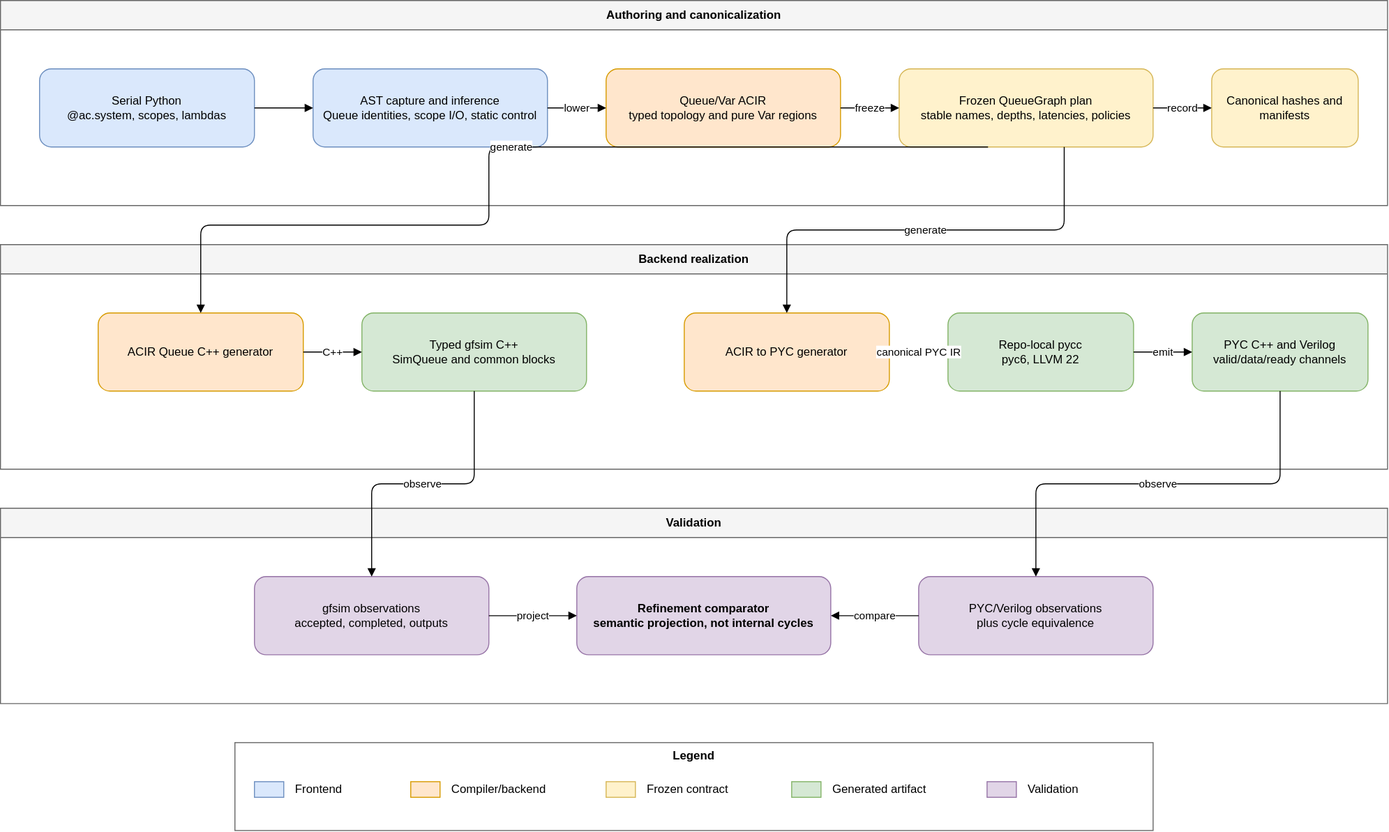
Earlier version of the draw.io export docs/acir/spec/images/agentic-circuit-pipeline.svg (PTO-ISA/pyCircuit). Source tidied: cells renumbered, new cells last; positions are measured from the earlier drawing's top-left corner, leaving out a move shared by most shapes. The source it was exported from:
```xml
<mxGraphModel>
  <root>
    <mxCell id="0" />
    <mxCell id="1" parent="0" />
    <mxCell id="2" value="Authoring and canonicalization" style="swimlane;startSize=30;horizontal=1;rounded=0;whiteSpace=wrap;html=1;fillColor=#f5f5f5;strokeColor=#666666;fontStyle=1;" parent="1" vertex="1">
      <mxGeometry width="1420" height="210" as="geometry" />
    </mxCell>
    <mxCell id="3" value="Serial Python&#10;@ac.system, scopes, lambdas" style="rounded=1;whiteSpace=wrap;html=1;fillColor=#dae8fc;strokeColor=#6c8ebf;" parent="2" vertex="1">
      <mxGeometry x="40" y="70" width="220" height="80" as="geometry" />
    </mxCell>
    <mxCell id="4" value="AST capture and inference&#10;Queue identities, scope I/O, static control" style="rounded=1;whiteSpace=wrap;html=1;fillColor=#dae8fc;strokeColor=#6c8ebf;" parent="2" vertex="1">
      <mxGeometry x="320" y="70" width="240" height="80" as="geometry" />
    </mxCell>
    <mxCell id="5" value="Queue/Var ACIR&#10;typed topology and pure Var regions" style="rounded=1;whiteSpace=wrap;html=1;fillColor=#ffe6cc;strokeColor=#d79b00;" parent="2" vertex="1">
      <mxGeometry x="620" y="70" width="240" height="80" as="geometry" />
    </mxCell>
    <mxCell id="6" value="Frozen QueueGraph plan&#10;stable names, depths, latencies, policies" style="rounded=1;whiteSpace=wrap;html=1;fillColor=#fff2cc;strokeColor=#d6b656;" parent="2" vertex="1">
      <mxGeometry x="920" y="70" width="260" height="80" as="geometry" />
    </mxCell>
    <mxCell id="7" value="Canonical hashes and manifests" style="rounded=1;whiteSpace=wrap;html=1;fillColor=#fff2cc;strokeColor=#d6b656;" parent="2" vertex="1">
      <mxGeometry x="1240" y="70" width="150" height="80" as="geometry" />
    </mxCell>
    <mxCell id="8" value="Backend realization" style="swimlane;startSize=30;horizontal=1;rounded=0;whiteSpace=wrap;html=1;fillColor=#f5f5f5;strokeColor=#666666;fontStyle=1;" parent="1" vertex="1">
      <mxGeometry y="250" width="1420" height="230" as="geometry" />
    </mxCell>
    <mxCell id="9" value="ACIR Queue C++ generator" style="rounded=1;whiteSpace=wrap;html=1;fillColor=#ffe6cc;strokeColor=#d79b00;" parent="8" vertex="1">
      <mxGeometry x="100" y="70" width="210" height="80" as="geometry" />
    </mxCell>
    <mxCell id="10" value="Typed gfsim C++&#10;SimQueue&lt;T&gt; and common blocks" style="rounded=1;whiteSpace=wrap;html=1;fillColor=#d5e8d4;strokeColor=#82b366;" parent="8" vertex="1">
      <mxGeometry x="370" y="70" width="230" height="80" as="geometry" />
    </mxCell>
    <mxCell id="11" value="ACIR to PYC generator" style="rounded=1;whiteSpace=wrap;html=1;fillColor=#ffe6cc;strokeColor=#d79b00;" parent="8" vertex="1">
      <mxGeometry x="700" y="70" width="210" height="80" as="geometry" />
    </mxCell>
    <mxCell id="12" value="Repo-local pycc&#10;pyc6, LLVM 22" style="rounded=1;whiteSpace=wrap;html=1;fillColor=#d5e8d4;strokeColor=#82b366;" parent="8" vertex="1">
      <mxGeometry x="970" y="70" width="190" height="80" as="geometry" />
    </mxCell>
    <mxCell id="13" value="PYC C++ and Verilog&#10;valid/data/ready channels" style="rounded=1;whiteSpace=wrap;html=1;fillColor=#d5e8d4;strokeColor=#82b366;" parent="8" vertex="1">
      <mxGeometry x="1220" y="70" width="180" height="80" as="geometry" />
    </mxCell>
    <mxCell id="14" value="Validation" style="swimlane;startSize=30;horizontal=1;rounded=0;whiteSpace=wrap;html=1;fillColor=#f5f5f5;strokeColor=#666666;fontStyle=1;" parent="1" vertex="1">
      <mxGeometry y="520" width="1420" height="200" as="geometry" />
    </mxCell>
    <mxCell id="15" value="gfsim observations&#10;accepted, completed, outputs" style="rounded=1;whiteSpace=wrap;html=1;fillColor=#e1d5e7;strokeColor=#9673a6;" parent="14" vertex="1">
      <mxGeometry x="260" y="70" width="240" height="80" as="geometry" />
    </mxCell>
    <mxCell id="16" value="Refinement comparator&#10;semantic projection, not internal cycles" style="rounded=1;whiteSpace=wrap;html=1;fillColor=#e1d5e7;strokeColor=#9673a6;fontStyle=1;" parent="14" vertex="1">
      <mxGeometry x="590" y="70" width="260" height="80" as="geometry" />
    </mxCell>
    <mxCell id="17" value="PYC/Verilog observations&#10;plus cycle equivalence" style="rounded=1;whiteSpace=wrap;html=1;fillColor=#e1d5e7;strokeColor=#9673a6;" parent="14" vertex="1">
      <mxGeometry x="940" y="70" width="240" height="80" as="geometry" />
    </mxCell>
    <mxCell id="18" style="edgeStyle=orthogonalEdgeStyle;rounded=1;jettySize=auto;html=1;endArrow=block;endFill=1;exitX=1;exitY=0.5;entryX=0;entryY=0.5;" parent="1" edge="1" source="3" target="4">
      <mxGeometry relative="1" as="geometry" />
    </mxCell>
    <mxCell id="19" value="lower" style="edgeStyle=orthogonalEdgeStyle;rounded=1;jettySize=auto;html=1;endArrow=block;endFill=1;labelBackgroundColor=#ffffff;exitX=1;exitY=0.5;entryX=0;entryY=0.5;" parent="1" edge="1" source="4" target="5">
      <mxGeometry relative="1" as="geometry" />
    </mxCell>
    <mxCell id="20" value="freeze" style="edgeStyle=orthogonalEdgeStyle;rounded=1;jettySize=auto;html=1;endArrow=block;endFill=1;labelBackgroundColor=#ffffff;exitX=1;exitY=0.5;entryX=0;entryY=0.5;" parent="1" edge="1" source="5" target="6">
      <mxGeometry relative="1" as="geometry" />
    </mxCell>
    <mxCell id="21" value="record" style="edgeStyle=orthogonalEdgeStyle;rounded=1;jettySize=auto;html=1;endArrow=block;endFill=1;labelBackgroundColor=#ffffff;exitX=1;exitY=0.5;entryX=0;entryY=0.5;" parent="1" edge="1" source="6" target="7">
      <mxGeometry relative="1" as="geometry" />
    </mxCell>
    <mxCell id="22" value="generate" style="edgeStyle=orthogonalEdgeStyle;rounded=1;jettySize=auto;html=1;endArrow=block;endFill=1;labelBackgroundColor=#ffffff;exitX=0.35;exitY=1;entryX=0.5;entryY=0;" parent="1" edge="1" source="6" target="9">
      <mxGeometry relative="1" as="geometry">
        <Array as="points">
          <mxPoint x="500" y="230" />
          <mxPoint x="205" y="230" />
        </Array>
      </mxGeometry>
    </mxCell>
    <mxCell id="23" value="generate" style="edgeStyle=orthogonalEdgeStyle;rounded=1;jettySize=auto;html=1;endArrow=block;endFill=1;labelBackgroundColor=#ffffff;exitX=0.65;exitY=1;entryX=0.5;entryY=0;" parent="1" edge="1" source="6" target="11">
      <mxGeometry relative="1" as="geometry" />
    </mxCell>
    <mxCell id="24" value="C++" style="edgeStyle=orthogonalEdgeStyle;rounded=1;jettySize=auto;html=1;endArrow=block;endFill=1;labelBackgroundColor=#ffffff;exitX=1;exitY=0.5;entryX=0;entryY=0.5;" parent="1" edge="1" source="9" target="10">
      <mxGeometry relative="1" as="geometry" />
    </mxCell>
    <mxCell id="25" value="canonical PYC IR" style="edgeStyle=orthogonalEdgeStyle;rounded=1;jettySize=auto;html=1;endArrow=block;endFill=1;labelBackgroundColor=#ffffff;exitX=1;exitY=0.5;entryX=0;entryY=0.5;" parent="1" edge="1" source="11" target="12">
      <mxGeometry relative="1" as="geometry" />
    </mxCell>
    <mxCell id="26" value="emit" style="edgeStyle=orthogonalEdgeStyle;rounded=1;jettySize=auto;html=1;endArrow=block;endFill=1;labelBackgroundColor=#ffffff;exitX=1;exitY=0.5;entryX=0;entryY=0.5;" parent="1" edge="1" source="12" target="13">
      <mxGeometry relative="1" as="geometry" />
    </mxCell>
    <mxCell id="27" value="observe" style="edgeStyle=orthogonalEdgeStyle;rounded=1;jettySize=auto;html=1;endArrow=block;endFill=1;labelBackgroundColor=#ffffff;exitX=0.5;exitY=1;entryX=0.5;entryY=0;" parent="1" edge="1" source="10" target="15">
      <mxGeometry relative="1" as="geometry" />
    </mxCell>
    <mxCell id="28" value="observe" style="edgeStyle=orthogonalEdgeStyle;rounded=1;jettySize=auto;html=1;endArrow=block;endFill=1;labelBackgroundColor=#ffffff;exitX=0.5;exitY=1;entryX=0.5;entryY=0;" parent="1" edge="1" source="13" target="17">
      <mxGeometry relative="1" as="geometry" />
    </mxCell>
    <mxCell id="29" value="project" style="edgeStyle=orthogonalEdgeStyle;rounded=1;jettySize=auto;html=1;endArrow=block;endFill=1;labelBackgroundColor=#ffffff;exitX=1;exitY=0.5;entryX=0;entryY=0.5;" parent="1" edge="1" source="15" target="16">
      <mxGeometry relative="1" as="geometry" />
    </mxCell>
    <mxCell id="30" value="compare" style="edgeStyle=orthogonalEdgeStyle;rounded=1;jettySize=auto;html=1;endArrow=block;endFill=1;labelBackgroundColor=#ffffff;exitX=0;exitY=0.5;entryX=1;entryY=0.5;" parent="1" edge="1" source="17" target="16">
      <mxGeometry relative="1" as="geometry" />
    </mxCell>
    <mxCell id="31" value="Legend" style="rounded=0;whiteSpace=wrap;html=1;fillColor=none;strokeColor=#666666;verticalAlign=top;fontStyle=1;" parent="1" vertex="1">
      <mxGeometry x="240" y="760" width="940" height="90" as="geometry" />
    </mxCell>
    <mxCell id="32" style="rounded=0;html=1;fillColor=#dae8fc;strokeColor=#6c8ebf;" parent="31" vertex="1">
      <mxGeometry x="20" y="40" width="30" height="16" as="geometry" />
    </mxCell>
    <mxCell id="33" value="Frontend" style="text;html=1;align=left;verticalAlign=middle;" parent="31" vertex="1">
      <mxGeometry x="60" y="36" width="100" height="24" as="geometry" />
    </mxCell>
    <mxCell id="34" style="rounded=0;html=1;fillColor=#ffe6cc;strokeColor=#d79b00;" parent="31" vertex="1">
      <mxGeometry x="180" y="40" width="30" height="16" as="geometry" />
    </mxCell>
    <mxCell id="35" value="Compiler/backend" style="text;html=1;align=left;verticalAlign=middle;" parent="31" vertex="1">
      <mxGeometry x="220" y="36" width="130" height="24" as="geometry" />
    </mxCell>
    <mxCell id="36" style="rounded=0;html=1;fillColor=#fff2cc;strokeColor=#d6b656;" parent="31" vertex="1">
      <mxGeometry x="380" y="40" width="30" height="16" as="geometry" />
    </mxCell>
    <mxCell id="37" value="Frozen contract" style="text;html=1;align=left;verticalAlign=middle;" parent="31" vertex="1">
      <mxGeometry x="420" y="36" width="120" height="24" as="geometry" />
    </mxCell>
    <mxCell id="38" style="rounded=0;html=1;fillColor=#d5e8d4;strokeColor=#82b366;" parent="31" vertex="1">
      <mxGeometry x="570" y="40" width="30" height="16" as="geometry" />
    </mxCell>
    <mxCell id="39" value="Generated artifact" style="text;html=1;align=left;verticalAlign=middle;" parent="31" vertex="1">
      <mxGeometry x="610" y="36" width="130" height="24" as="geometry" />
    </mxCell>
    <mxCell id="40" style="rounded=0;html=1;fillColor=#e1d5e7;strokeColor=#9673a6;" parent="31" vertex="1">
      <mxGeometry x="770" y="40" width="30" height="16" as="geometry" />
    </mxCell>
    <mxCell id="41" value="Validation" style="text;html=1;align=left;verticalAlign=middle;" parent="31" vertex="1">
      <mxGeometry x="810" y="36" width="100" height="24" as="geometry" />
    </mxCell>
  </root>
</mxGraphModel>
```
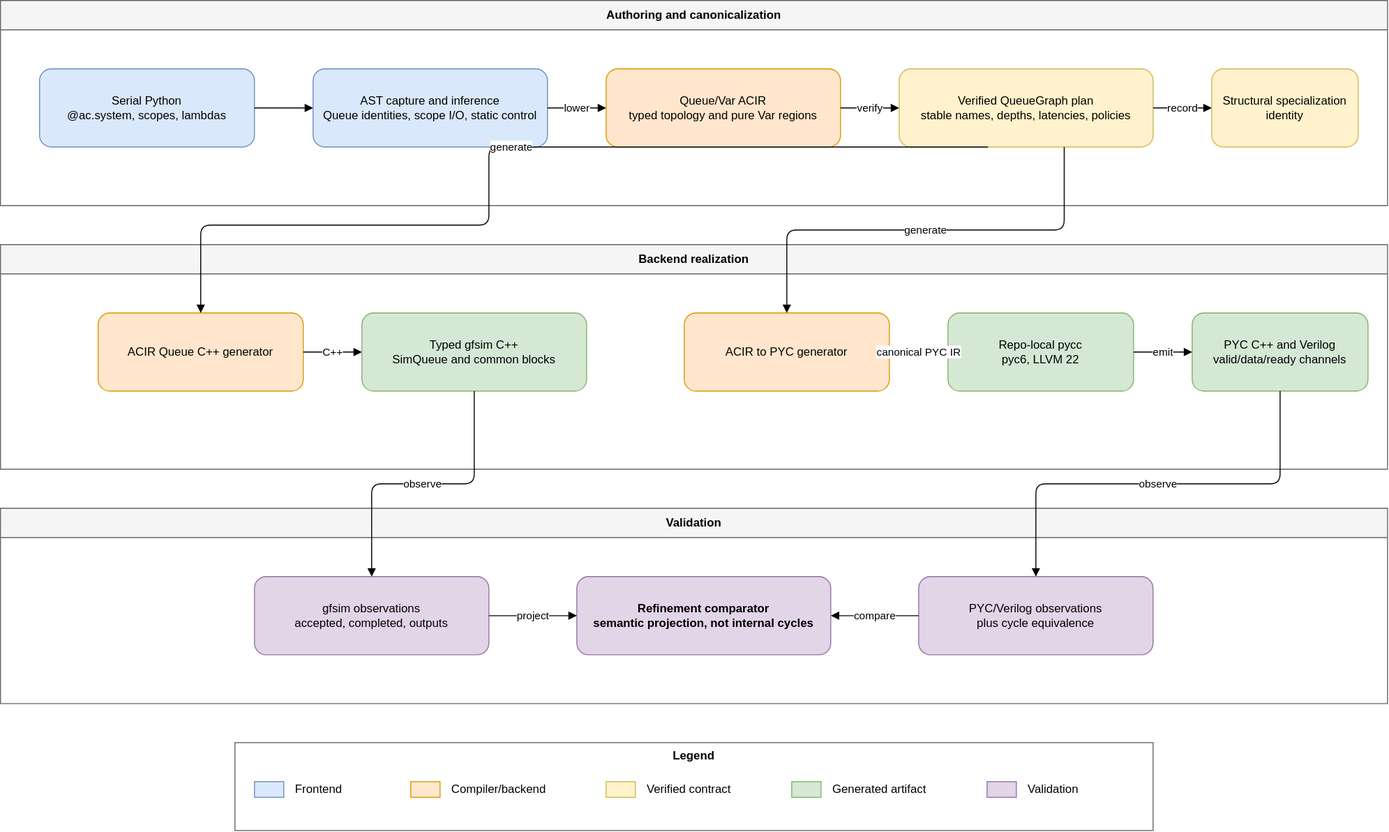
After the commit.

Diff of the diagram source:
```diff
@@ -14,10 +14,10 @@
     <mxCell id="5" value="Queue/Var ACIR&#10;typed topology and pure Var regions" style="rounded=1;whiteSpace=wrap;html=1;fillColor=#ffe6cc;strokeColor=#d79b00;" parent="2" vertex="1">
       <mxGeometry x="620" y="70" width="240" height="80" as="geometry" />
     </mxCell>
-    <mxCell id="6" value="Frozen QueueGraph plan&#10;stable names, depths, latencies, policies" style="rounded=1;whiteSpace=wrap;html=1;fillColor=#fff2cc;strokeColor=#d6b656;" parent="2" vertex="1">
+    <mxCell id="6" value="Verified QueueGraph plan&#10;stable names, depths, latencies, policies" style="rounded=1;whiteSpace=wrap;html=1;fillColor=#fff2cc;strokeColor=#d6b656;" parent="2" vertex="1">
       <mxGeometry x="920" y="70" width="260" height="80" as="geometry" />
     </mxCell>
-    <mxCell id="7" value="Canonical hashes and manifests" style="rounded=1;whiteSpace=wrap;html=1;fillColor=#fff2cc;strokeColor=#d6b656;" parent="2" vertex="1">
+    <mxCell id="7" value="Structural specialization identity" style="rounded=1;whiteSpace=wrap;html=1;fillColor=#fff2cc;strokeColor=#d6b656;" parent="2" vertex="1">
       <mxGeometry x="1240" y="70" width="150" height="80" as="geometry" />
     </mxCell>
     <mxCell id="8" value="Backend realization" style="swimlane;startSize=30;horizontal=1;rounded=0;whiteSpace=wrap;html=1;fillColor=#f5f5f5;strokeColor=#666666;fontStyle=1;" parent="1" vertex="1">
@@ -56,7 +56,7 @@
     <mxCell id="19" value="lower" style="edgeStyle=orthogonalEdgeStyle;rounded=1;jettySize=auto;html=1;endArrow=block;endFill=1;labelBackgroundColor=#ffffff;exitX=1;exitY=0.5;entryX=0;entryY=0.5;" parent="1" edge="1" source="4" target="5">
       <mxGeometry relative="1" as="geometry" />
     </mxCell>
-    <mxCell id="20" value="freeze" style="edgeStyle=orthogonalEdgeStyle;rounded=1;jettySize=auto;html=1;endArrow=block;endFill=1;labelBackgroundColor=#ffffff;exitX=1;exitY=0.5;entryX=0;entryY=0.5;" parent="1" edge="1" source="5" target="6">
+    <mxCell id="20" value="verify" style="edgeStyle=orthogonalEdgeStyle;rounded=1;jettySize=auto;html=1;endArrow=block;endFill=1;labelBackgroundColor=#ffffff;exitX=1;exitY=0.5;entryX=0;entryY=0.5;" parent="1" edge="1" source="5" target="6">
       <mxGeometry relative="1" as="geometry" />
     </mxCell>
     <mxCell id="21" value="record" style="edgeStyle=orthogonalEdgeStyle;rounded=1;jettySize=auto;html=1;endArrow=block;endFill=1;labelBackgroundColor=#ffffff;exitX=1;exitY=0.5;entryX=0;entryY=0.5;" parent="1" edge="1" source="6" target="7">
@@ -112,7 +112,7 @@
     <mxCell id="36" style="rounded=0;html=1;fillColor=#fff2cc;strokeColor=#d6b656;" parent="31" vertex="1">
       <mxGeometry x="380" y="40" width="30" height="16" as="geometry" />
     </mxCell>
-    <mxCell id="37" value="Frozen contract" style="text;html=1;align=left;verticalAlign=middle;" parent="31" vertex="1">
+    <mxCell id="37" value="Verified contract" style="text;html=1;align=left;verticalAlign=middle;" parent="31" vertex="1">
       <mxGeometry x="420" y="36" width="120" height="24" as="geometry" />
     </mxCell>
     <mxCell id="38" style="rounded=0;html=1;fillColor=#d5e8d4;strokeColor=#82b366;" parent="31" vertex="1">
```
